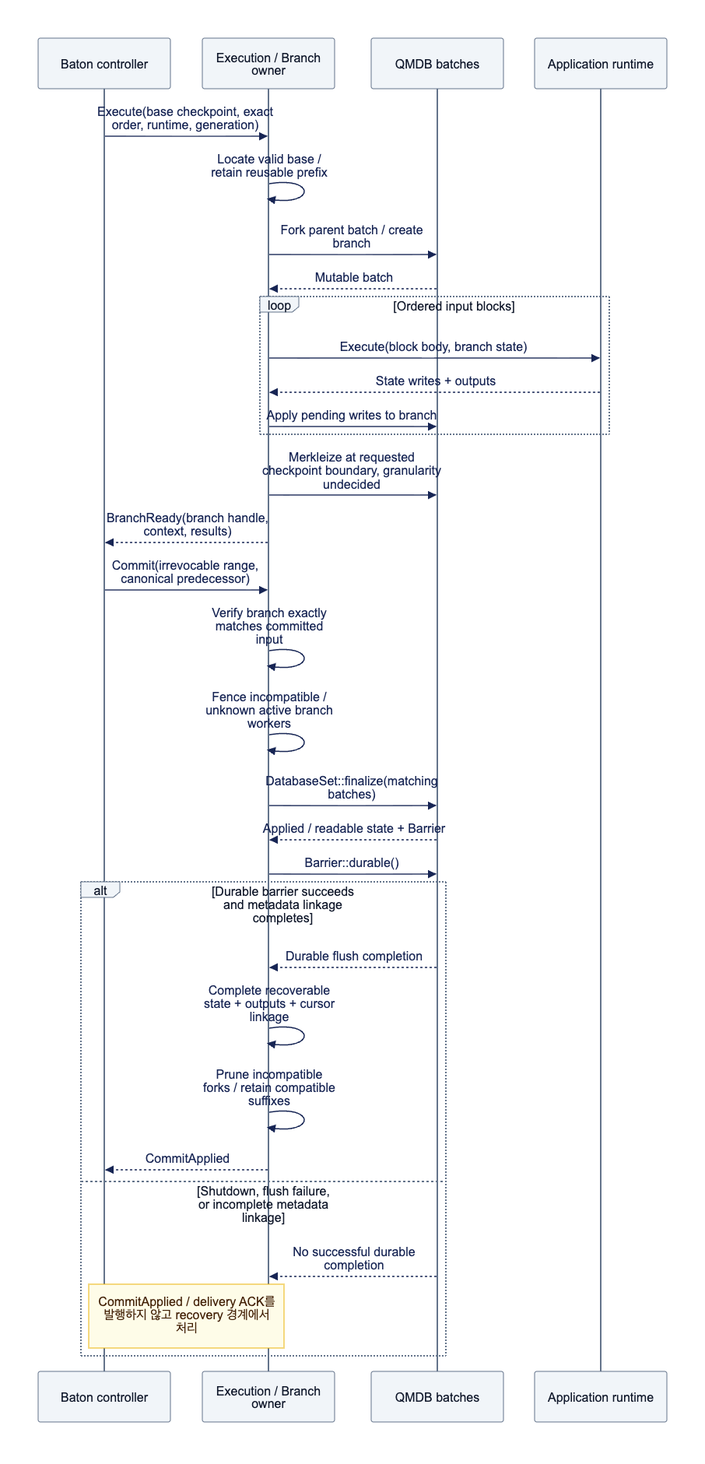
Above: assets/diagrams/diagram-09.png in djm07073/baton-research (Mermaid), before the change. Its source is kept beside it as assets/diagrams/diagram-09.mmd. The source it was exported from:
```mermaid
sequenceDiagram
    participant B as Baton controller
    participant O as Execution / Branch owner
    participant Q as QMDB batches
    participant A as Application runtime
    B->>O: Execute(base checkpoint, exact order, runtime, generation)
    O->>O: Locate valid base / retain reusable prefix
    O->>Q: Fork parent batch / create branch
    Q-->>O: Mutable batch
    loop Ordered input blocks
        O->>A: Execute(block body, branch state)
        A-->>O: State writes + outputs
        O->>Q: Apply pending writes to branch
    end
    O->>Q: Merkleize at requested checkpoint boundary, granularity undecided
    O-->>B: BranchReady(branch handle, context, results)
    B->>O: Commit(irrevocable range, canonical predecessor)
    O->>O: Verify branch exactly matches committed input
    O->>O: Fence incompatible / unknown active branch workers
    O->>Q: DatabaseSet::finalize(matching batches)
    Q-->>O: Applied / readable state + Barrier
    O->>Q: Barrier::durable()
    alt Durable barrier succeeds and metadata linkage completes
        Q-->>O: Durable flush completion
        O->>O: Complete recoverable state + outputs + cursor linkage
        O->>O: Prune incompatible forks / retain compatible suffixes
        O-->>B: CommitApplied
    else Shutdown, flush failure, or incomplete metadata linkage
        Q-->>O: No successful durable completion
        Note over B,O: CommitApplied / delivery ACK를 발행하지 않고 recovery 경계에서 처리
    end
```
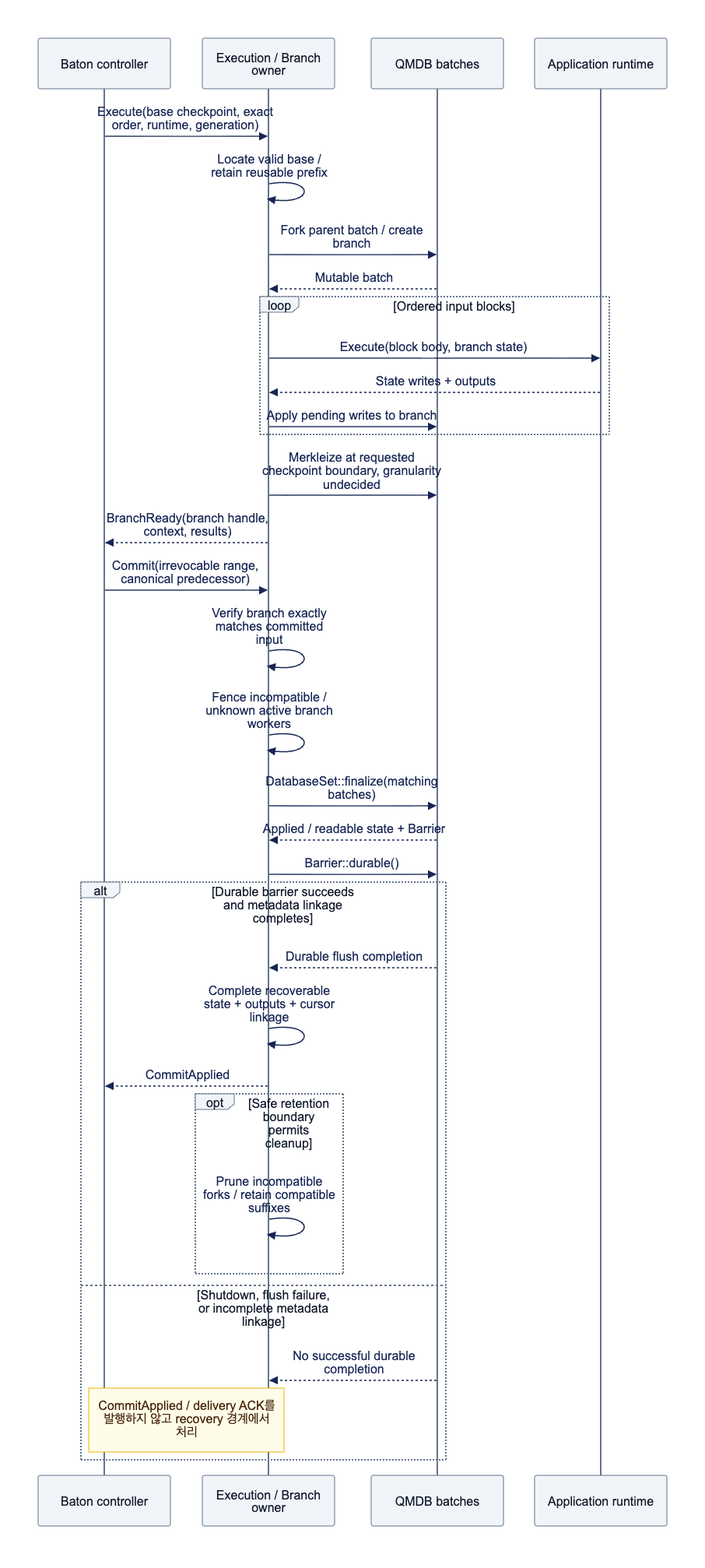
After the commit.

What changed in the source:
```diff
@@ -23,8 +23,10 @@
     alt Durable barrier succeeds and metadata linkage completes
         Q-->>O: Durable flush completion
         O->>O: Complete recoverable state + outputs + cursor linkage
-        O->>O: Prune incompatible forks / retain compatible suffixes
         O-->>B: CommitApplied
+        opt Safe retention boundary permits cleanup
+            O->>O: Prune incompatible forks / retain compatible suffixes
+        end
     else Shutdown, flush failure, or incomplete metadata linkage
         Q-->>O: No successful durable completion
         Note over B,O: CommitApplied / delivery ACK를 발행하지 않고 recovery 경계에서 처리
```
